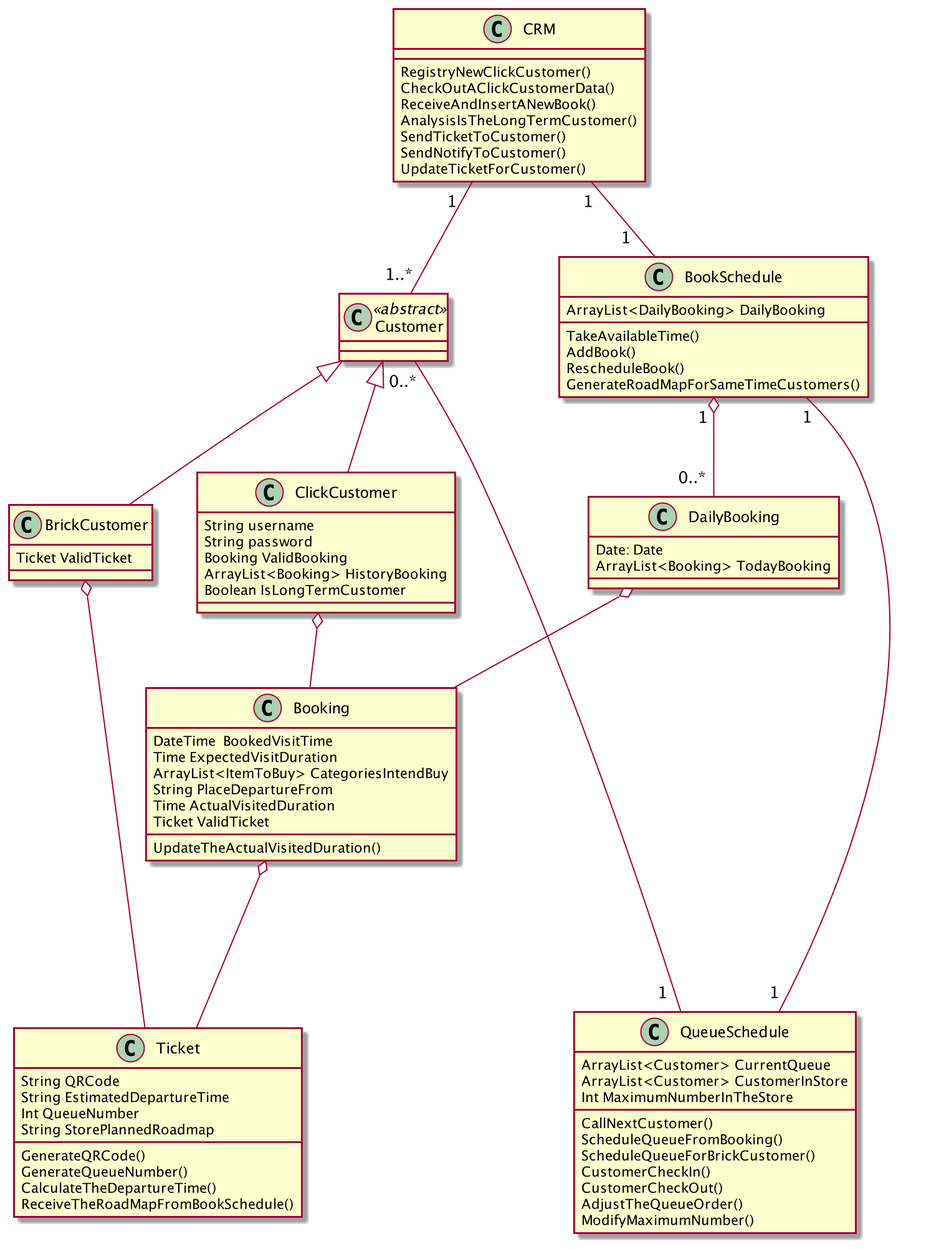
Earlier version of the PlantUML export RASD/Images/class_diagram.png (ZHANG-Y-D/RASD-DD-CLup-CustomersLineup).
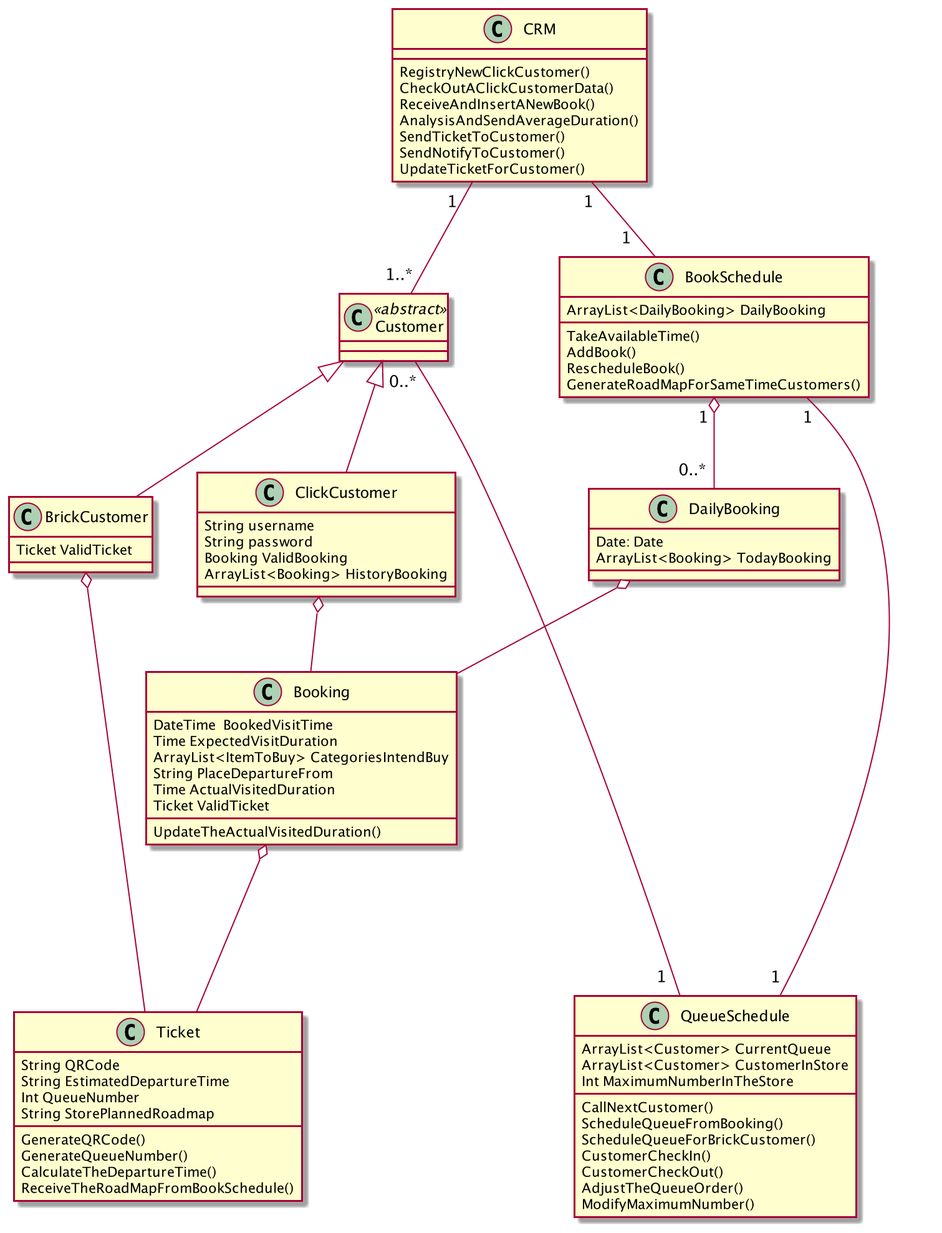
Later version of the same file.

Change to the diagram source:
```diff
@@ -9,7 +9,6 @@
     String password
     Booking ValidBooking
     ArrayList<Booking> HistoryBooking
-    Boolean IsLongTermCustomer
 }
 
 class BrickCustomer{
@@ -73,7 +72,7 @@
 RegistryNewClickCustomer()
 CheckOutAClickCustomerData()
 ReceiveAndInsertANewBook()
-AnalysisIsTheLongTermCustomer()
+AnalysisAndSendAverageDuration()
 SendTicketToCustomer()
 SendNotifyToCustomer()
 UpdateTicketForCustomer()
```
